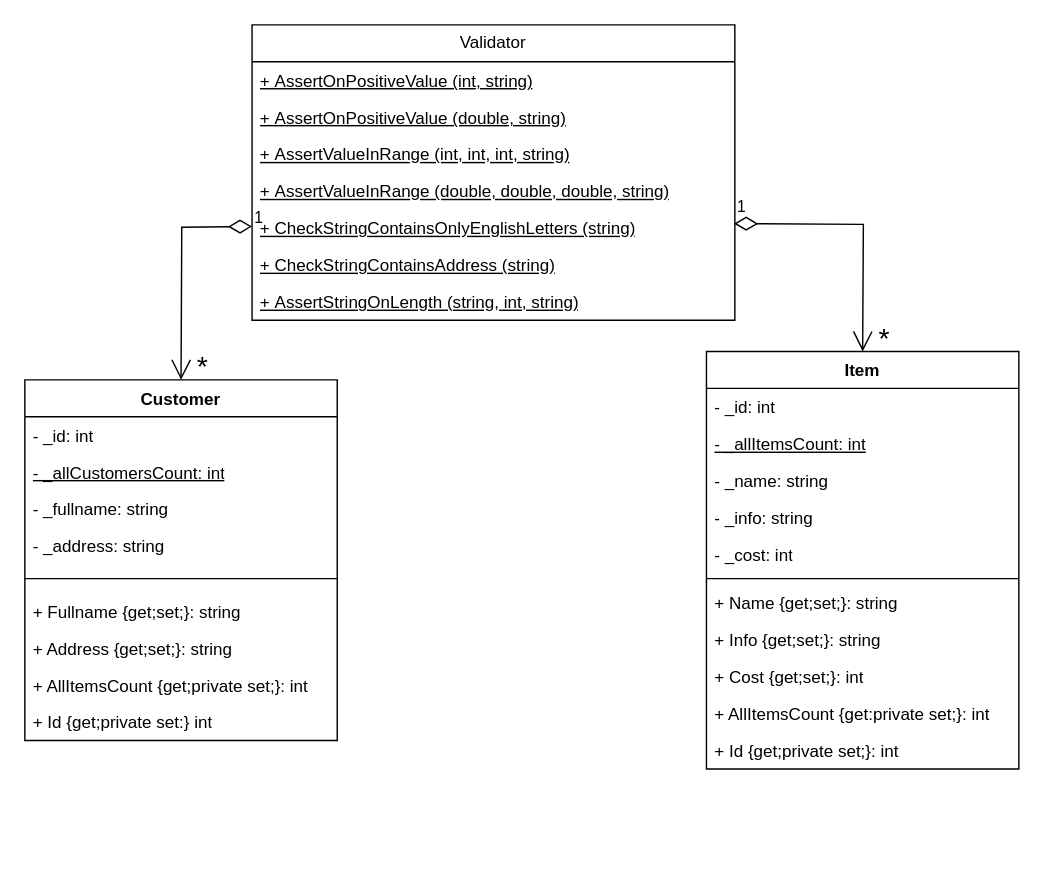
The draw.io diagram doc/ObjectOrientedPractics/Practics1.drawio in EBPEYgg/ObjectOrientedPractics, before the edit. Source tidied: cells renumbered, new cells numbered last; positions are measured from the earlier drawing's top-left corner, leaving out a move shared by most shapes. Both pictures are drawn from the tidied source at 142%, with x=0, y=0 at pixel (24, 24).
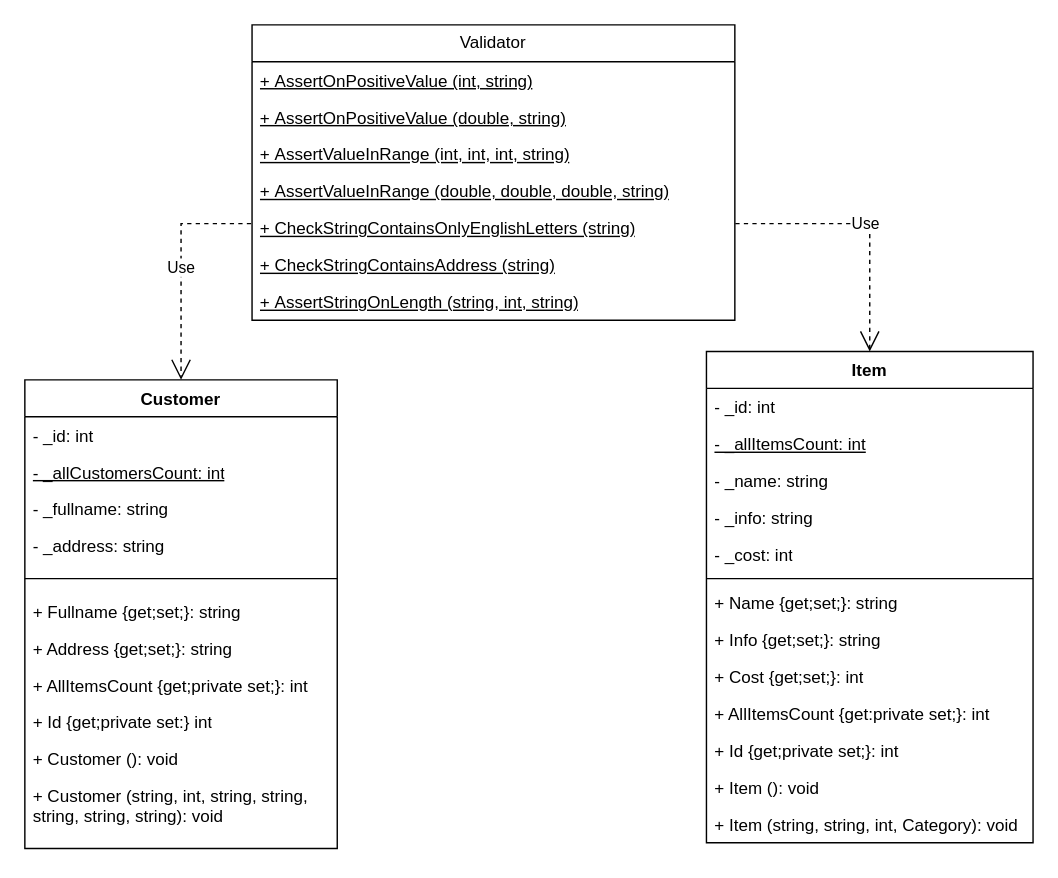
The same diagram, later.

Commit message (it also covers changes not shown here):
📝Update UML Practics1.

Unchanged cells that the change refers to:
```xml
<mxCell id="7" value="+&amp;nbsp;CheckStringContainsOnlyEnglishLetters (string)" style="text;strokeColor=none;fillColor=none;align=left;verticalAlign=top;spacingLeft=4;spacingRight=4;overflow=hidden;points=[[0,0.5],[1,0.5]];portConstraint=eastwest;whiteSpace=wrap;html=1;rounded=0;fontStyle=4;" parent="2" vertex="1">
  <mxGeometry y="130" width="340" height="26" as="geometry" />
</mxCell>
```

The edit, as a diff of the source:
```diff
@@
     <mxCell id="10" value="Item" style="swimlane;fontStyle=1;align=center;verticalAlign=top;horizontal=1;startSize=26;whiteSpace=wrap;html=1;" parent="1" vertex="1">
-      <mxGeometry x="480" y="230" width="220" height="294" as="geometry" />
+      <mxGeometry x="480" y="230" width="230" height="346" as="geometry" />
     </mxCell>
     <mxCell id="11" value="- _id: int" style="text;strokeColor=none;fillColor=none;align=left;verticalAlign=top;spacingLeft=4;spacingRight=4;overflow=hidden;whiteSpace=wrap;html=1;" parent="10" vertex="1">
-      <mxGeometry y="26" width="220" height="26" as="geometry" />
+      <mxGeometry y="26" width="230" height="26" as="geometry" />
     </mxCell>
     <mxCell id="12" value="- _allItemsCount: int" style="text;strokeColor=none;fillColor=none;align=left;verticalAlign=top;spacingLeft=4;spacingRight=4;overflow=hidden;whiteSpace=wrap;html=1;fontStyle=4;" parent="10" vertex="1">
-      <mxGeometry y="52" width="220" height="26" as="geometry" />
+      <mxGeometry y="52" width="230" height="26" as="geometry" />
     </mxCell>
     <mxCell id="13" value="- _name: string" style="text;strokeColor=none;fillColor=none;align=left;verticalAlign=top;spacingLeft=4;spacingRight=4;overflow=hidden;whiteSpace=wrap;html=1;" parent="10" vertex="1">
-      <mxGeometry y="78" width="220" height="26" as="geometry" />
+      <mxGeometry y="78" width="230" height="26" as="geometry" />
     </mxCell>
     <mxCell id="14" value="- _info: string" style="text;strokeColor=none;fillColor=none;align=left;verticalAlign=top;spacingLeft=4;spacingRight=4;overflow=hidden;whiteSpace=wrap;html=1;" parent="10" vertex="1">
-      <mxGeometry y="104" width="220" height="26" as="geometry" />
+      <mxGeometry y="104" width="230" height="26" as="geometry" />
     </mxCell>
     <mxCell id="15" value="- _cost: int" style="text;strokeColor=none;fillColor=none;align=left;verticalAlign=top;spacingLeft=4;spacingRight=4;overflow=hidden;whiteSpace=wrap;html=1;" parent="10" vertex="1">
-      <mxGeometry y="130" width="220" height="26" as="geometry" />
+      <mxGeometry y="130" width="230" height="26" as="geometry" />
     </mxCell>
     <mxCell id="16" style="line;strokeWidth=1;fillColor=none;align=left;verticalAlign=middle;spacingTop=-1;spacingLeft=3;spacingRight=3;labelPosition=right;strokeColor=inherit;" parent="10" vertex="1">
-      <mxGeometry y="156" width="220" height="8" as="geometry" />
+      <mxGeometry y="156" width="230" height="8" as="geometry" />
     </mxCell>
     <mxCell id="17" value="+ Name {get;set;}: string" style="text;strokeColor=none;fillColor=none;align=left;verticalAlign=top;spacingLeft=4;spacingRight=4;overflow=hidden;whiteSpace=wrap;html=1;" parent="10" vertex="1">
-      <mxGeometry y="164" width="220" height="26" as="geometry" />
+      <mxGeometry y="164" width="230" height="26" as="geometry" />
     </mxCell>
     <mxCell id="18" value="+ Info {get;set;}: string" style="text;strokeColor=none;fillColor=none;align=left;verticalAlign=top;spacingLeft=4;spacingRight=4;overflow=hidden;whiteSpace=wrap;html=1;" parent="10" vertex="1">
-      <mxGeometry y="190" width="220" height="26" as="geometry" />
+      <mxGeometry y="190" width="230" height="26" as="geometry" />
     </mxCell>
     <mxCell id="19" value="+ Cost {get;set;}: int" style="text;strokeColor=none;fillColor=none;align=left;verticalAlign=top;spacingLeft=4;spacingRight=4;overflow=hidden;whiteSpace=wrap;html=1;" parent="10" vertex="1">
-      <mxGeometry y="216" width="220" height="26" as="geometry" />
+      <mxGeometry y="216" width="230" height="26" as="geometry" />
     </mxCell>
     <mxCell id="20" value="+ AllItemsCount {get:private set;}: int" style="text;strokeColor=none;fillColor=none;align=left;verticalAlign=top;spacingLeft=4;spacingRight=4;overflow=hidden;whiteSpace=wrap;html=1;fontStyle=0;" parent="10" vertex="1">
-      <mxGeometry y="242" width="220" height="26" as="geometry" />
+      <mxGeometry y="242" width="230" height="26" as="geometry" />
     </mxCell>
     <mxCell id="21" value="+ Id {get;private set;}: int" style="text;strokeColor=none;fillColor=none;align=left;verticalAlign=top;spacingLeft=4;spacingRight=4;overflow=hidden;whiteSpace=wrap;html=1;" parent="10" vertex="1">
-      <mxGeometry y="268" width="220" height="26" as="geometry" />
+      <mxGeometry y="268" width="230" height="26" as="geometry" />
     </mxCell>
+    <mxCell id="36" value="+ Item (): void" style="text;strokeColor=none;fillColor=none;align=left;verticalAlign=top;spacingLeft=4;spacingRight=4;overflow=hidden;whiteSpace=wrap;html=1;" parent="10" vertex="1">
+      <mxGeometry y="294" width="230" height="26" as="geometry" />
+    </mxCell>
+    <mxCell id="37" value="+ Item (string, string, int, Category): void" style="text;strokeColor=none;fillColor=none;align=left;verticalAlign=top;spacingLeft=4;spacingRight=4;overflow=hidden;whiteSpace=wrap;html=1;" parent="10" vertex="1">
+      <mxGeometry y="320" width="230" height="26" as="geometry" />
+    </mxCell>
     <mxCell id="22" value="Customer" style="swimlane;fontStyle=1;align=center;verticalAlign=top;horizontal=1;startSize=26;whiteSpace=wrap;html=1;" parent="1" vertex="1">
-      <mxGeometry y="250" width="220" height="254" as="geometry" />
+      <mxGeometry y="250" width="220" height="330" as="geometry" />
     </mxCell>
@@
-    <mxCell id="32" value="1" style="endArrow=open;html=1;endSize=12;startArrow=diamondThin;startSize=14;startFill=0;edgeStyle=orthogonalEdgeStyle;align=left;verticalAlign=bottom;rounded=0;" parent="1" edge="1">
-      <mxGeometry x="-1" y="3" relative="1" as="geometry">
-        <mxPoint x="160" y="142" as="sourcePoint" />
-        <mxPoint x="110" y="250" as="targetPoint" />
-      </mxGeometry>
-    </mxCell>
-    <mxCell id="33" value="1" style="endArrow=open;html=1;endSize=12;startArrow=diamondThin;startSize=14;startFill=0;edgeStyle=orthogonalEdgeStyle;align=left;verticalAlign=bottom;rounded=0;" parent="1" edge="1">
-      <mxGeometry x="-1" y="3" relative="1" as="geometry">
-        <mxPoint x="499.5" y="140" as="sourcePoint" />
-        <mxPoint x="590" y="230" as="targetPoint" />
-      </mxGeometry>
-    </mxCell>
-    <mxCell id="34" value="&lt;font style=&quot;font-size: 20px;&quot;&gt;*&lt;/font&gt;" style="text;html=1;align=center;verticalAlign=middle;strokeColor=none;fillColor=none;" parent="1" vertex="1">
-      <mxGeometry x="110" y="220" width="30" height="40" as="geometry" />
-    </mxCell>
-    <mxCell id="35" value="&lt;font style=&quot;font-size: 20px;&quot;&gt;*&lt;/font&gt;" style="text;html=1;align=center;verticalAlign=middle;strokeColor=none;fillColor=none;" parent="1" vertex="1">
-      <mxGeometry x="590" y="200" width="30" height="40" as="geometry" />
-    </mxCell>
+    <mxCell id="38" value="+ Customer (): void" style="text;strokeColor=none;fillColor=none;align=left;verticalAlign=top;spacingLeft=4;spacingRight=4;overflow=hidden;whiteSpace=wrap;html=1;" parent="22" vertex="1">
+      <mxGeometry y="254" width="220" height="26" as="geometry" />
+    </mxCell>
+    <mxCell id="39" value="+ Customer (string, int, string, string, string, string, string): void" style="text;strokeColor=none;fillColor=none;align=left;verticalAlign=top;spacingLeft=4;spacingRight=4;overflow=hidden;whiteSpace=wrap;html=1;" parent="22" vertex="1">
+      <mxGeometry y="280" width="220" height="50" as="geometry" />
+    </mxCell>
+    <mxCell id="40" value="Use" style="endArrow=open;endSize=12;dashed=1;html=1;rounded=0;exitX=-0.002;exitY=0.385;exitDx=0;exitDy=0;exitPerimeter=0;entryX=0.5;entryY=0;entryDx=0;entryDy=0;" parent="1" edge="1" source="7" target="22">
+      <mxGeometry relative="1" as="geometry">
+        <Array as="points">
+          <mxPoint x="110" y="140" />
+        </Array>
+      </mxGeometry>
+    </mxCell>
+    <mxCell id="41" value="Use" style="endArrow=open;endSize=12;dashed=1;html=1;rounded=0;entryX=0.5;entryY=0;entryDx=0;entryDy=0;exitX=1.001;exitY=0.385;exitDx=0;exitDy=0;exitPerimeter=0;" parent="1" edge="1" source="7" target="10">
+      <mxGeometry relative="1" as="geometry">
+        <Array as="points">
+          <mxPoint x="595" y="140" />
+        </Array>
+      </mxGeometry>
+    </mxCell>
```
